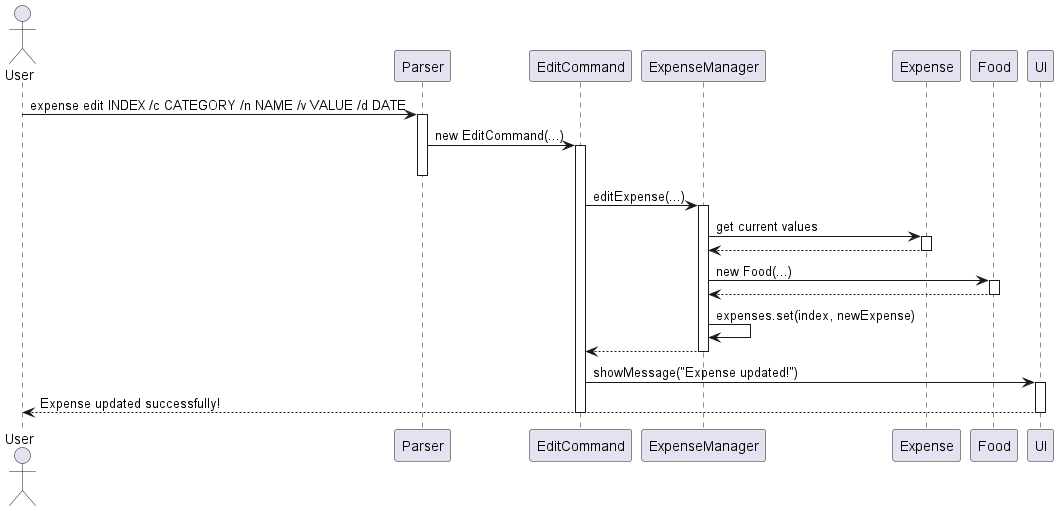
Before: docs/Diagrams/EditExpenseSequenceDiagram.png, a diagram exported from PlantUML (KanakornMek/tp). Source of this version:
```plantuml
@startuml Edit Expense Sequence Diagram
actor User
participant "Parser" as Parser
participant "EditCommand" as EditCmd
participant "ExpenseManager" as EM
participant "Expense" as Expense
participant "Food" as Food
participant "UI" as UI

User -> Parser: expense edit INDEX /c CATEGORY /n NAME /v VALUE /d DATE
activate Parser

Parser -> EditCmd: new EditCommand(...)
activate EditCmd
deactivate Parser

EditCmd -> EM: editExpense(...)
activate EM

EM -> Expense: get current values
activate Expense
Expense --> EM
deactivate Expense

EM -> Food: new Food(...)
activate Food
Food --> EM
deactivate Food

EM -> EM: expenses.set(index, newExpense)
EM --> EditCmd

deactivate EM

EditCmd -> UI: showMessage("Expense updated!")
activate UI
UI --> User: Expense updated successfully!
deactivate UI

deactivate EditCmd

@enduml
```
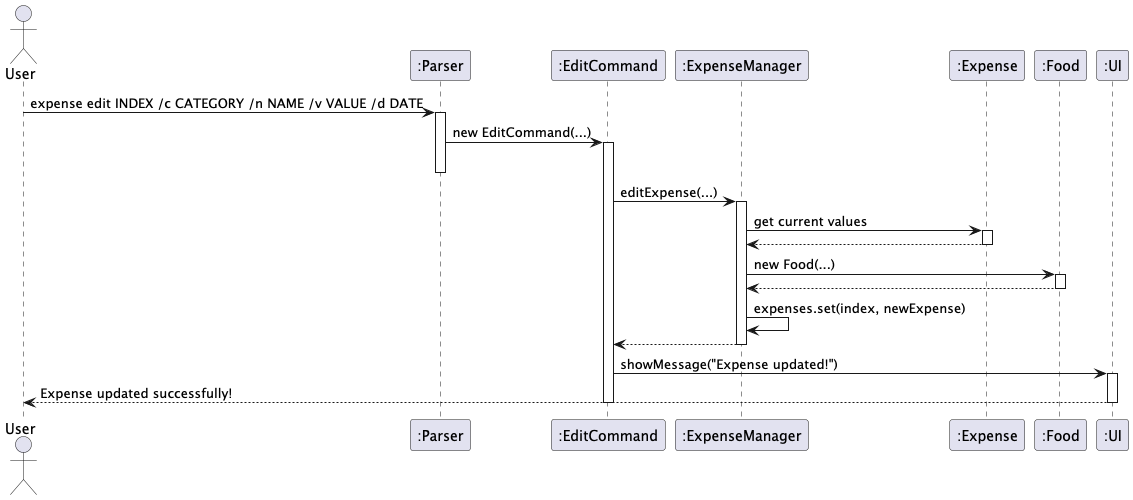
After the change.

Commit message:
include colon before class names for ExpenseManager Sequence Diagrams

Diff of the diagram source:
```diff
@@ -1,11 +1,11 @@
 @startuml Edit Expense Sequence Diagram
 actor User
-participant "Parser" as Parser
-participant "EditCommand" as EditCmd
-participant "ExpenseManager" as EM
-participant "Expense" as Expense
-participant "Food" as Food
-participant "UI" as UI
+participant ":Parser" as Parser
+participant ":EditCommand" as EditCmd
+participant ":ExpenseManager" as EM
+participant ":Expense" as Expense
+participant ":Food" as Food
+participant ":UI" as UI
 
 User -> Parser: expense edit INDEX /c CATEGORY /n NAME /v VALUE /d DATE
 activate Parser
```
